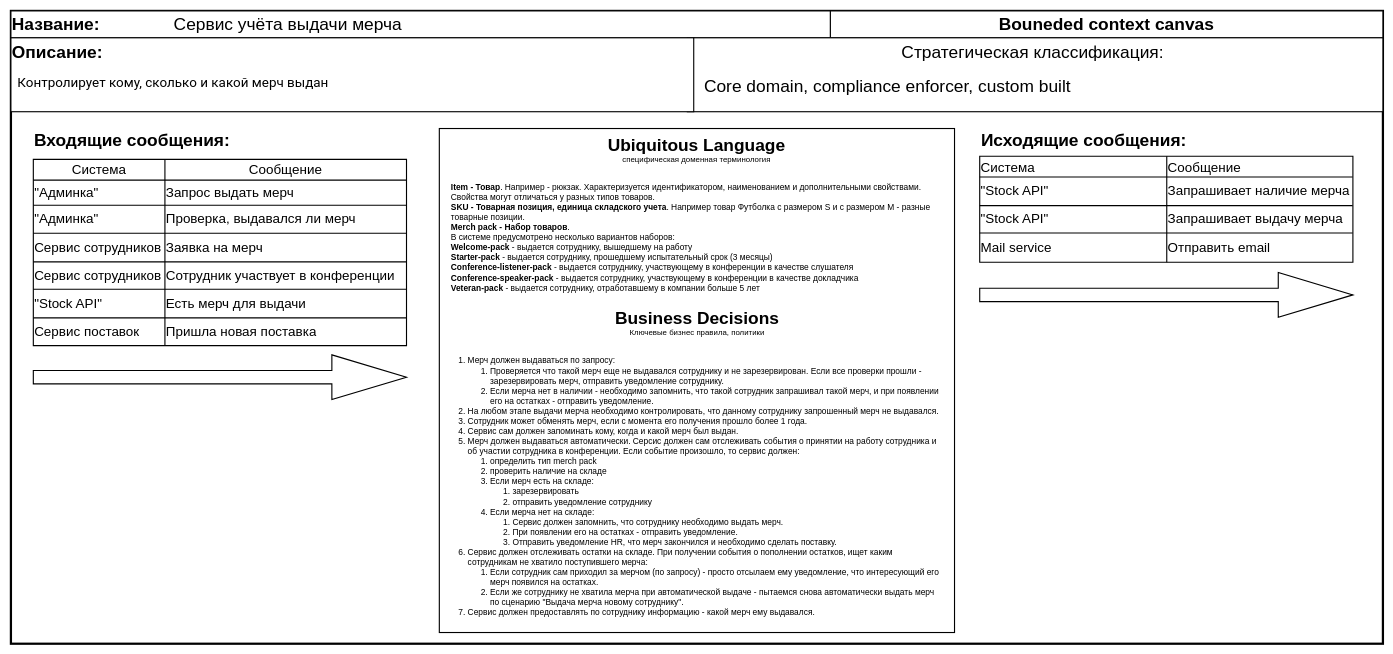
routeCsharp256/ANeychev keeps this draw.io diagram as Bounded Context Canvas merchendise-service.drawio. Above is the earlier version. Source tidied: cells renumbered, new cells numbered last; positions are measured from the earlier drawing's top-left corner, leaving out a move shared by most shapes. Both pictures are drawn from the tidied source at 56%, with x=0, y=0 at pixel (11, 11).
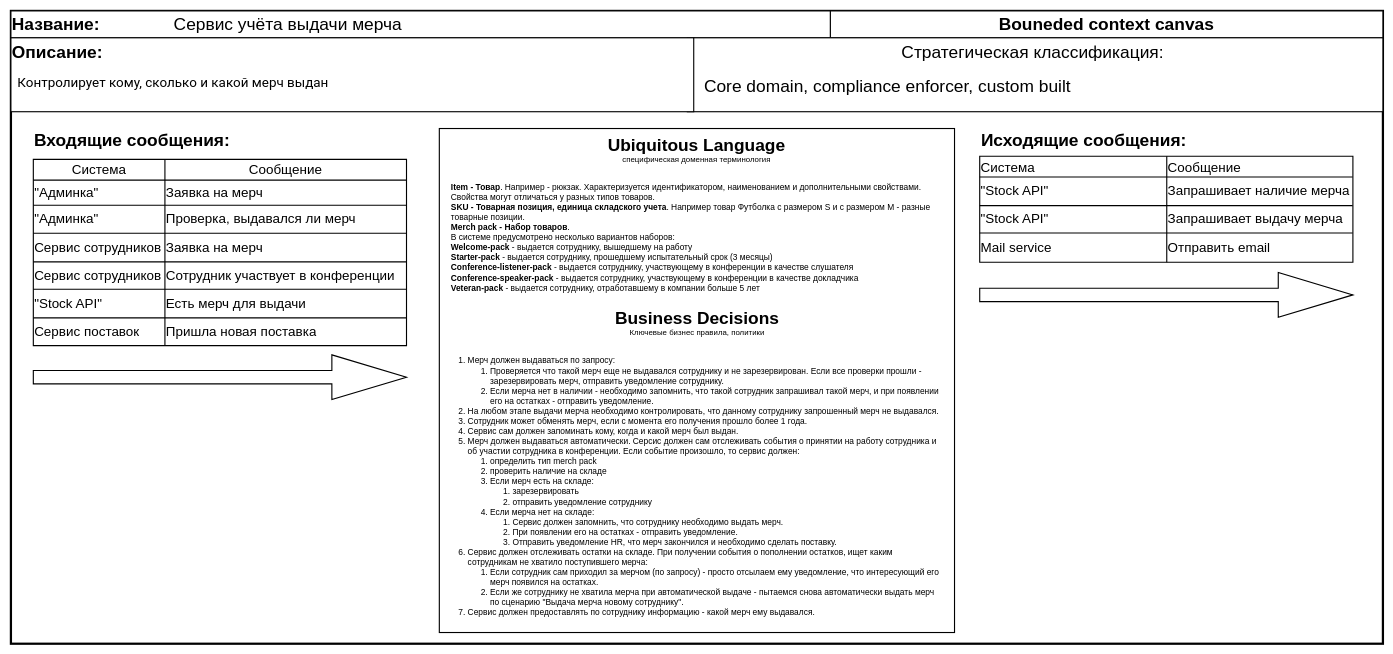
Above is the later version.

Unchanged cells that the change refers to:
```xml
<mxCell id="27" style="shape=partialRectangle;html=1;whiteSpace=wrap;fillColor=none;top=0;left=0;bottom=0;right=0;rounded=0;shadow=0;glass=0;sketch=0;fontSize=24;strokeColor=default;strokeWidth=2;align=left;verticalAlign=top;" parent="23" vertex="1">
  <mxGeometry y="37" width="666.4" height="45" as="geometry" />
</mxCell>
```

Change to the diagram source:
```diff
@@
-    <mxCell id="29" value="Запрос выдать мерч&lt;br style=&quot;font-size: 24px;&quot;&gt;" style="shape=partialRectangle;html=1;whiteSpace=wrap;fillColor=none;top=0;left=0;bottom=0;right=0;overflow=hidden;rounded=0;shadow=0;glass=0;sketch=0;fontSize=24;strokeColor=default;strokeWidth=2;align=left;verticalAlign=middle;" parent="27" vertex="1">
+    <mxCell id="29" value="Заявка на мерч" style="shape=partialRectangle;html=1;whiteSpace=wrap;fillColor=none;top=0;left=0;bottom=0;right=0;overflow=hidden;rounded=0;shadow=0;glass=0;sketch=0;fontSize=24;strokeColor=default;strokeWidth=2;align=left;verticalAlign=middle;" parent="27" vertex="1">
       <mxGeometry x="235" width="431" height="45" as="geometry" />
     </mxCell>
```
